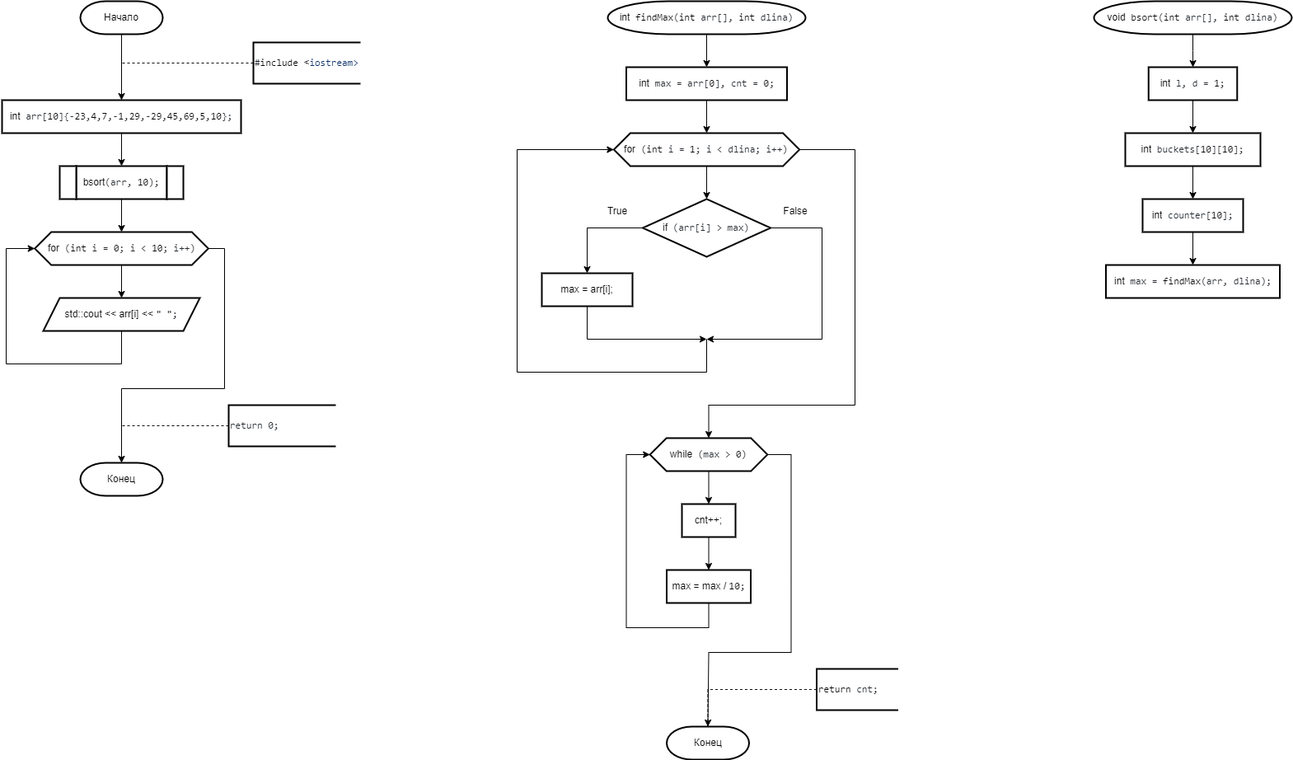
IlyaFedoseev227/LABS-PNRPU-IVT-22-1b keeps this draw.io diagram as 2 Семестр/Labs/№9 Сложные сортировки быстрая (Хоара), слиянием, подсчетом, блочная, Шелла/Блочная.png. Above is the earlier version. Source tidied: cells renumbered, new cells last; positions are measured from the earlier drawing's top-left corner, leaving out a move shared by most shapes.
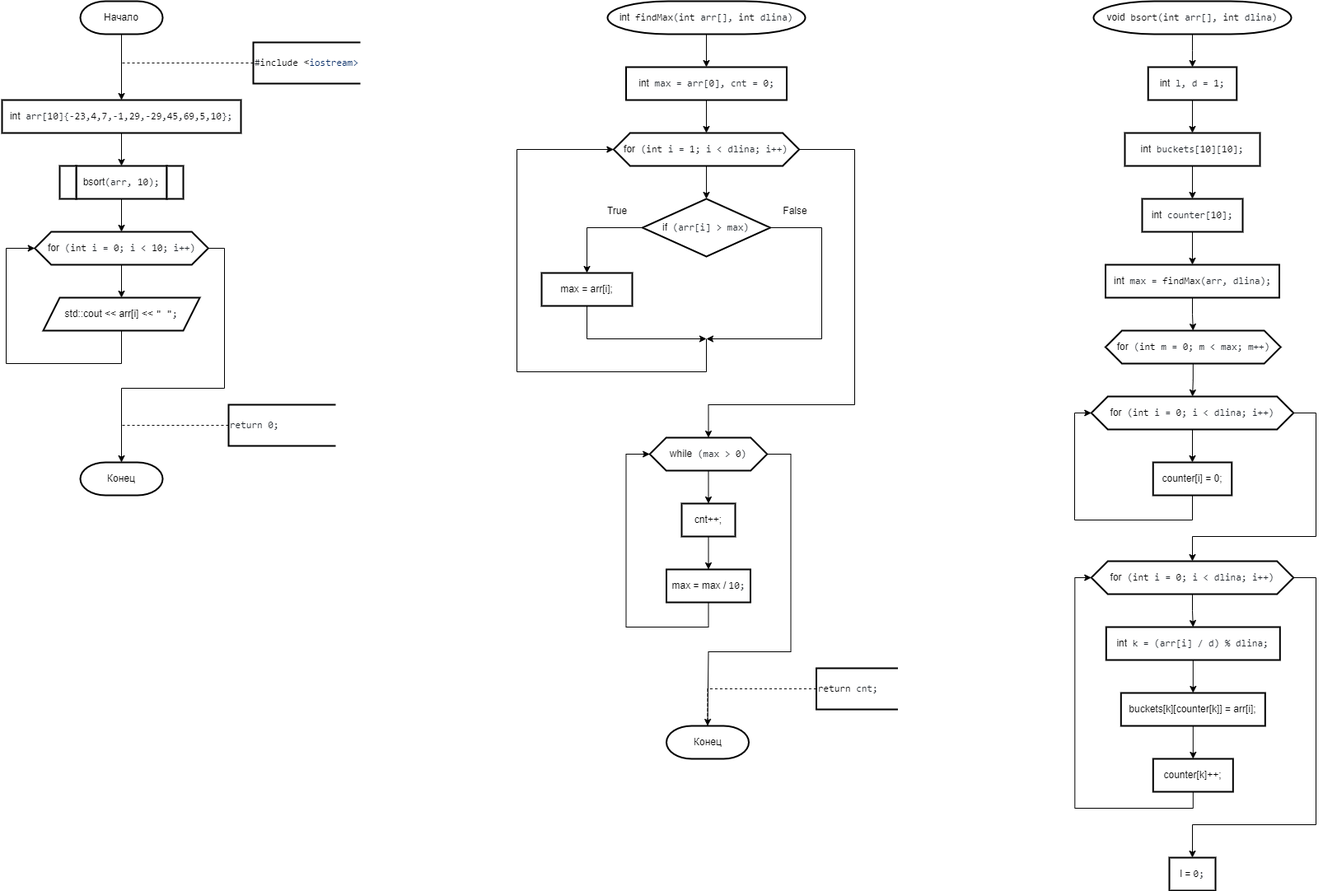
The same file after the commit.

Change to the diagram source:
```diff
@@ -215,8 +215,80 @@
     <mxCell id="52" value="&lt;div style=&quot;text-align: start;&quot;&gt;int&lt;span style=&quot;color: rgb(36, 41, 47); font-family: ui-monospace, SFMono-Regular, &amp;quot;SF Mono&amp;quot;, Menlo, Consolas, &amp;quot;Liberation Mono&amp;quot;, monospace; background-color: rgb(255, 255, 255);&quot;&gt; counter[&lt;/span&gt;&lt;span style=&quot;box-sizing: border-box; color: var(--color-prettylights-syntax-constant); font-family: ui-monospace, SFMono-Regular, &amp;quot;SF Mono&amp;quot;, Menlo, Consolas, &amp;quot;Liberation Mono&amp;quot;, monospace; background-color: rgb(255, 255, 255);&quot; class=&quot;pl-c1&quot;&gt;10&lt;/span&gt;&lt;span style=&quot;color: rgb(36, 41, 47); font-family: ui-monospace, SFMono-Regular, &amp;quot;SF Mono&amp;quot;, Menlo, Consolas, &amp;quot;Liberation Mono&amp;quot;, monospace; background-color: rgb(255, 255, 255);&quot;&gt;];&lt;/span&gt;&lt;br&gt;&lt;/div&gt;" style="shape=parallelogram;perimeter=parallelogramPerimeter;whiteSpace=wrap;html=1;fixedSize=1;strokeWidth=2;size=-6;" parent="1" vertex="1">
       <mxGeometry x="1384" y="240" width="122" height="40" as="geometry" />
     </mxCell>
+    <mxCell id="54" style="edgeStyle=orthogonalEdgeStyle;rounded=0;jettySize=auto;html=1;exitX=0.5;exitY=1;exitDx=0;exitDy=0;entryX=0.5;entryY=0;entryDx=0;entryDy=0;" parent="1" edge="1" source="53" target="56">
+      <mxGeometry relative="1" as="geometry" />
+    </mxCell>
     <mxCell id="53" value="&lt;div style=&quot;text-align: start;&quot;&gt;int&lt;span style=&quot;color: rgb(36, 41, 47); font-family: ui-monospace, SFMono-Regular, &amp;quot;SF Mono&amp;quot;, Menlo, Consolas, &amp;quot;Liberation Mono&amp;quot;, monospace; background-color: rgb(255, 255, 255);&quot;&gt; max = &lt;/span&gt;&lt;span style=&quot;box-sizing: border-box; color: var(--color-prettylights-syntax-constant); font-family: ui-monospace, SFMono-Regular, &amp;quot;SF Mono&amp;quot;, Menlo, Consolas, &amp;quot;Liberation Mono&amp;quot;, monospace; background-color: rgb(255, 255, 255);&quot; class=&quot;pl-c1&quot;&gt;findMax&lt;/span&gt;&lt;span style=&quot;color: rgb(36, 41, 47); font-family: ui-monospace, SFMono-Regular, &amp;quot;SF Mono&amp;quot;, Menlo, Consolas, &amp;quot;Liberation Mono&amp;quot;, monospace; background-color: rgb(255, 255, 255);&quot;&gt;(arr, dlina);&lt;/span&gt;&lt;br&gt;&lt;/div&gt;" style="shape=parallelogram;perimeter=parallelogramPerimeter;whiteSpace=wrap;html=1;fixedSize=1;strokeWidth=2;size=-6;" parent="1" vertex="1">
       <mxGeometry x="1339.5" y="320" width="211" height="40" as="geometry" />
     </mxCell>
+    <mxCell id="55" style="edgeStyle=orthogonalEdgeStyle;rounded=0;jettySize=auto;html=1;exitX=0.5;exitY=1;exitDx=0;exitDy=0;" parent="1" edge="1" source="56" target="59">
+      <mxGeometry relative="1" as="geometry" />
+    </mxCell>
+    <mxCell id="56" value="&lt;div style=&quot;text-align: start;&quot;&gt;for&lt;span style=&quot;color: rgb(36, 41, 47); font-family: ui-monospace, SFMono-Regular, &amp;quot;SF Mono&amp;quot;, Menlo, Consolas, &amp;quot;Liberation Mono&amp;quot;, monospace; background-color: rgb(255, 255, 255);&quot;&gt; (&lt;/span&gt;&lt;span style=&quot;box-sizing: border-box; color: var(--color-prettylights-syntax-keyword); font-family: ui-monospace, SFMono-Regular, &amp;quot;SF Mono&amp;quot;, Menlo, Consolas, &amp;quot;Liberation Mono&amp;quot;, monospace; background-color: rgb(255, 255, 255);&quot; class=&quot;pl-k&quot;&gt;int&lt;/span&gt;&lt;span style=&quot;color: rgb(36, 41, 47); font-family: ui-monospace, SFMono-Regular, &amp;quot;SF Mono&amp;quot;, Menlo, Consolas, &amp;quot;Liberation Mono&amp;quot;, monospace; background-color: rgb(255, 255, 255);&quot;&gt; m = &lt;/span&gt;&lt;span style=&quot;box-sizing: border-box; color: var(--color-prettylights-syntax-constant); font-family: ui-monospace, SFMono-Regular, &amp;quot;SF Mono&amp;quot;, Menlo, Consolas, &amp;quot;Liberation Mono&amp;quot;, monospace; background-color: rgb(255, 255, 255);&quot; class=&quot;pl-c1&quot;&gt;0&lt;/span&gt;&lt;span style=&quot;color: rgb(36, 41, 47); font-family: ui-monospace, SFMono-Regular, &amp;quot;SF Mono&amp;quot;, Menlo, Consolas, &amp;quot;Liberation Mono&amp;quot;, monospace; background-color: rgb(255, 255, 255);&quot;&gt;; m &amp;lt; max; m++)&lt;/span&gt;&lt;br&gt;&lt;/div&gt;" style="shape=hexagon;perimeter=hexagonPerimeter2;whiteSpace=wrap;html=1;fixedSize=1;strokeWidth=2;" parent="1" vertex="1">
+      <mxGeometry x="1339.5" y="400" width="212.6" height="40" as="geometry" />
+    </mxCell>
+    <mxCell id="57" style="edgeStyle=orthogonalEdgeStyle;rounded=0;jettySize=auto;html=1;exitX=0.5;exitY=1;exitDx=0;exitDy=0;entryX=0.5;entryY=0;entryDx=0;entryDy=0;" parent="1" edge="1" source="59" target="61">
+      <mxGeometry relative="1" as="geometry" />
+    </mxCell>
+    <mxCell id="58" style="edgeStyle=orthogonalEdgeStyle;rounded=0;jettySize=auto;html=1;exitX=1;exitY=0.5;exitDx=0;exitDy=0;" parent="1" edge="1" source="59" target="64">
+      <mxGeometry relative="1" as="geometry">
+        <Array as="points">
+          <mxPoint x="1595" y="500" />
+          <mxPoint x="1595" y="650" />
+          <mxPoint x="1445" y="650" />
+        </Array>
+      </mxGeometry>
+    </mxCell>
+    <mxCell id="59" value="&lt;div style=&quot;text-align: start;&quot;&gt;for&lt;span style=&quot;color: rgb(36, 41, 47); font-family: ui-monospace, SFMono-Regular, &amp;quot;SF Mono&amp;quot;, Menlo, Consolas, &amp;quot;Liberation Mono&amp;quot;, monospace; background-color: rgb(255, 255, 255);&quot;&gt; (&lt;/span&gt;&lt;span style=&quot;box-sizing: border-box; color: var(--color-prettylights-syntax-keyword); font-family: ui-monospace, SFMono-Regular, &amp;quot;SF Mono&amp;quot;, Menlo, Consolas, &amp;quot;Liberation Mono&amp;quot;, monospace; background-color: rgb(255, 255, 255);&quot; class=&quot;pl-k&quot;&gt;int&lt;/span&gt;&lt;span style=&quot;color: rgb(36, 41, 47); font-family: ui-monospace, SFMono-Regular, &amp;quot;SF Mono&amp;quot;, Menlo, Consolas, &amp;quot;Liberation Mono&amp;quot;, monospace; background-color: rgb(255, 255, 255);&quot;&gt; i = &lt;/span&gt;&lt;span style=&quot;box-sizing: border-box; color: var(--color-prettylights-syntax-constant); font-family: ui-monospace, SFMono-Regular, &amp;quot;SF Mono&amp;quot;, Menlo, Consolas, &amp;quot;Liberation Mono&amp;quot;, monospace; background-color: rgb(255, 255, 255);&quot; class=&quot;pl-c1&quot;&gt;0&lt;/span&gt;&lt;span style=&quot;color: rgb(36, 41, 47); font-family: ui-monospace, SFMono-Regular, &amp;quot;SF Mono&amp;quot;, Menlo, Consolas, &amp;quot;Liberation Mono&amp;quot;, monospace; background-color: rgb(255, 255, 255);&quot;&gt;; i &amp;lt; dlina; i++)&lt;/span&gt;&lt;br&gt;&lt;/div&gt;" style="shape=hexagon;perimeter=hexagonPerimeter2;whiteSpace=wrap;html=1;fixedSize=1;strokeWidth=2;" parent="1" vertex="1">
+      <mxGeometry x="1322.2" y="480" width="245.5" height="40" as="geometry" />
+    </mxCell>
+    <mxCell id="60" style="edgeStyle=orthogonalEdgeStyle;rounded=0;jettySize=auto;html=1;exitX=0.5;exitY=1;exitDx=0;exitDy=0;entryX=0;entryY=0.5;entryDx=0;entryDy=0;" parent="1" edge="1" source="61" target="59">
+      <mxGeometry relative="1" as="geometry">
+        <Array as="points">
+          <mxPoint x="1445" y="630" />
+          <mxPoint x="1302" y="630" />
+          <mxPoint x="1302" y="500" />
+        </Array>
+      </mxGeometry>
+    </mxCell>
+    <mxCell id="61" value="&lt;div style=&quot;text-align: start;&quot;&gt;сounter[i] = 0;&lt;/div&gt;" style="shape=parallelogram;perimeter=parallelogramPerimeter;whiteSpace=wrap;html=1;fixedSize=1;strokeWidth=2;size=-6;" parent="1" vertex="1">
+      <mxGeometry x="1397.2" y="560" width="95.5" height="40" as="geometry" />
+    </mxCell>
+    <mxCell id="62" style="edgeStyle=orthogonalEdgeStyle;rounded=0;jettySize=auto;html=1;exitX=0.5;exitY=1;exitDx=0;exitDy=0;entryX=0.5;entryY=0;entryDx=0;entryDy=0;" parent="1" edge="1" source="64" target="66">
+      <mxGeometry relative="1" as="geometry" />
+    </mxCell>
+    <mxCell id="63" style="edgeStyle=orthogonalEdgeStyle;rounded=0;jettySize=auto;html=1;exitX=1;exitY=0.5;exitDx=0;exitDy=0;entryX=0.5;entryY=0;entryDx=0;entryDy=0;" parent="1" edge="1" source="64" target="71">
+      <mxGeometry relative="1" as="geometry">
+        <Array as="points">
+          <mxPoint x="1595" y="700" />
+          <mxPoint x="1595" y="1000" />
+          <mxPoint x="1445" y="1000" />
+        </Array>
+      </mxGeometry>
+    </mxCell>
+    <mxCell id="64" value="&lt;div style=&quot;text-align: start;&quot;&gt;for&lt;span style=&quot;color: rgb(36, 41, 47); font-family: ui-monospace, SFMono-Regular, &amp;quot;SF Mono&amp;quot;, Menlo, Consolas, &amp;quot;Liberation Mono&amp;quot;, monospace; background-color: rgb(255, 255, 255);&quot;&gt; (&lt;/span&gt;&lt;span style=&quot;box-sizing: border-box; color: var(--color-prettylights-syntax-keyword); font-family: ui-monospace, SFMono-Regular, &amp;quot;SF Mono&amp;quot;, Menlo, Consolas, &amp;quot;Liberation Mono&amp;quot;, monospace; background-color: rgb(255, 255, 255);&quot; class=&quot;pl-k&quot;&gt;int&lt;/span&gt;&lt;span style=&quot;color: rgb(36, 41, 47); font-family: ui-monospace, SFMono-Regular, &amp;quot;SF Mono&amp;quot;, Menlo, Consolas, &amp;quot;Liberation Mono&amp;quot;, monospace; background-color: rgb(255, 255, 255);&quot;&gt; i = &lt;/span&gt;&lt;span style=&quot;box-sizing: border-box; color: var(--color-prettylights-syntax-constant); font-family: ui-monospace, SFMono-Regular, &amp;quot;SF Mono&amp;quot;, Menlo, Consolas, &amp;quot;Liberation Mono&amp;quot;, monospace; background-color: rgb(255, 255, 255);&quot; class=&quot;pl-c1&quot;&gt;0&lt;/span&gt;&lt;span style=&quot;color: rgb(36, 41, 47); font-family: ui-monospace, SFMono-Regular, &amp;quot;SF Mono&amp;quot;, Menlo, Consolas, &amp;quot;Liberation Mono&amp;quot;, monospace; background-color: rgb(255, 255, 255);&quot;&gt;; i &amp;lt; dlina; i++)&lt;/span&gt;&lt;br&gt;&lt;/div&gt;" style="shape=hexagon;perimeter=hexagonPerimeter2;whiteSpace=wrap;html=1;fixedSize=1;strokeWidth=2;" parent="1" vertex="1">
+      <mxGeometry x="1322.2" y="680" width="245.5" height="40" as="geometry" />
+    </mxCell>
+    <mxCell id="65" style="edgeStyle=orthogonalEdgeStyle;rounded=0;jettySize=auto;html=1;exitX=0.5;exitY=1;exitDx=0;exitDy=0;" parent="1" edge="1" source="66" target="68">
+      <mxGeometry relative="1" as="geometry" />
+    </mxCell>
+    <mxCell id="66" value="&lt;div style=&quot;text-align: start;&quot;&gt;int&lt;span style=&quot;color: rgb(36, 41, 47); font-family: ui-monospace, SFMono-Regular, &amp;quot;SF Mono&amp;quot;, Menlo, Consolas, &amp;quot;Liberation Mono&amp;quot;, monospace; background-color: rgb(255, 255, 255);&quot;&gt; k = (arr[i] / d) % dlina;&lt;/span&gt;&lt;br&gt;&lt;/div&gt;" style="shape=parallelogram;perimeter=parallelogramPerimeter;whiteSpace=wrap;html=1;fixedSize=1;strokeWidth=2;size=-6;" parent="1" vertex="1">
+      <mxGeometry x="1340.3" y="760" width="211" height="40" as="geometry" />
+    </mxCell>
+    <mxCell id="67" style="edgeStyle=orthogonalEdgeStyle;rounded=0;jettySize=auto;html=1;exitX=0.5;exitY=1;exitDx=0;exitDy=0;" parent="1" edge="1" source="68" target="70">
+      <mxGeometry relative="1" as="geometry" />
+    </mxCell>
+    <mxCell id="68" value="&lt;div style=&quot;text-align: start;&quot;&gt;buckets[k][counter[k]] = arr[i];&lt;br&gt;&lt;/div&gt;" style="shape=parallelogram;perimeter=parallelogramPerimeter;whiteSpace=wrap;html=1;fixedSize=1;strokeWidth=2;size=-6;" parent="1" vertex="1">
+      <mxGeometry x="1358.3" y="840" width="175" height="40" as="geometry" />
+    </mxCell>
+    <mxCell id="69" style="edgeStyle=orthogonalEdgeStyle;rounded=0;jettySize=auto;html=1;exitX=0.5;exitY=1;exitDx=0;exitDy=0;entryX=0;entryY=0.5;entryDx=0;entryDy=0;" parent="1" edge="1" source="70" target="64">
+      <mxGeometry relative="1" as="geometry" />
+    </mxCell>
+    <mxCell id="70" value="counter[k]++;" style="shape=parallelogram;perimeter=parallelogramPerimeter;whiteSpace=wrap;html=1;fixedSize=1;strokeWidth=2;size=-6;" parent="1" vertex="1">
+      <mxGeometry x="1397.3" y="920" width="97" height="40" as="geometry" />
+    </mxCell>
+    <mxCell id="71" value="l = &lt;span style=&quot;box-sizing: border-box; color: var(--color-prettylights-syntax-constant); font-family: ui-monospace, SFMono-Regular, &amp;quot;SF Mono&amp;quot;, Menlo, Consolas, &amp;quot;Liberation Mono&amp;quot;, monospace; text-align: start; background-color: rgb(255, 255, 255);&quot; class=&quot;pl-c1&quot;&gt;0&lt;/span&gt;&lt;span style=&quot;color: rgb(36, 41, 47); font-family: ui-monospace, SFMono-Regular, &amp;quot;SF Mono&amp;quot;, Menlo, Consolas, &amp;quot;Liberation Mono&amp;quot;, monospace; text-align: start; background-color: rgb(255, 255, 255);&quot;&gt;;&lt;/span&gt;" style="shape=parallelogram;perimeter=parallelogramPerimeter;whiteSpace=wrap;html=1;fixedSize=1;strokeWidth=2;size=-6;" parent="1" vertex="1">
+      <mxGeometry x="1417" y="1040" width="56" height="40" as="geometry" />
+    </mxCell>
   </root>
 </mxGraphModel>
```
